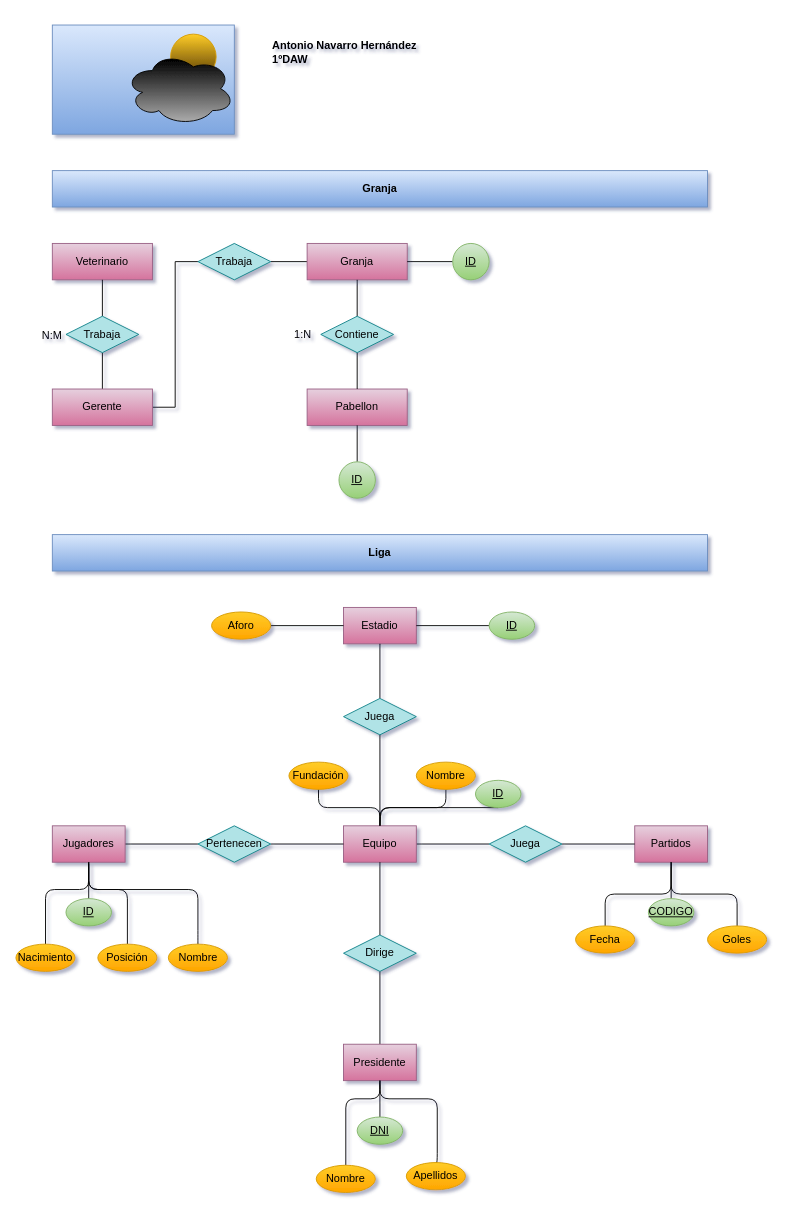
The draw.io diagram BAE/tema1/tareas/tarea1.drawio in toninavhd/1-DAW_pt2, before the edit. Source tidied: cells renumbered, new cells numbered last; positions are measured from the earlier drawing's top-left corner, leaving out a move shared by most shapes. Both pictures are drawn from the tidied source at 91%, with x=0, y=0 at pixel (15, 15).
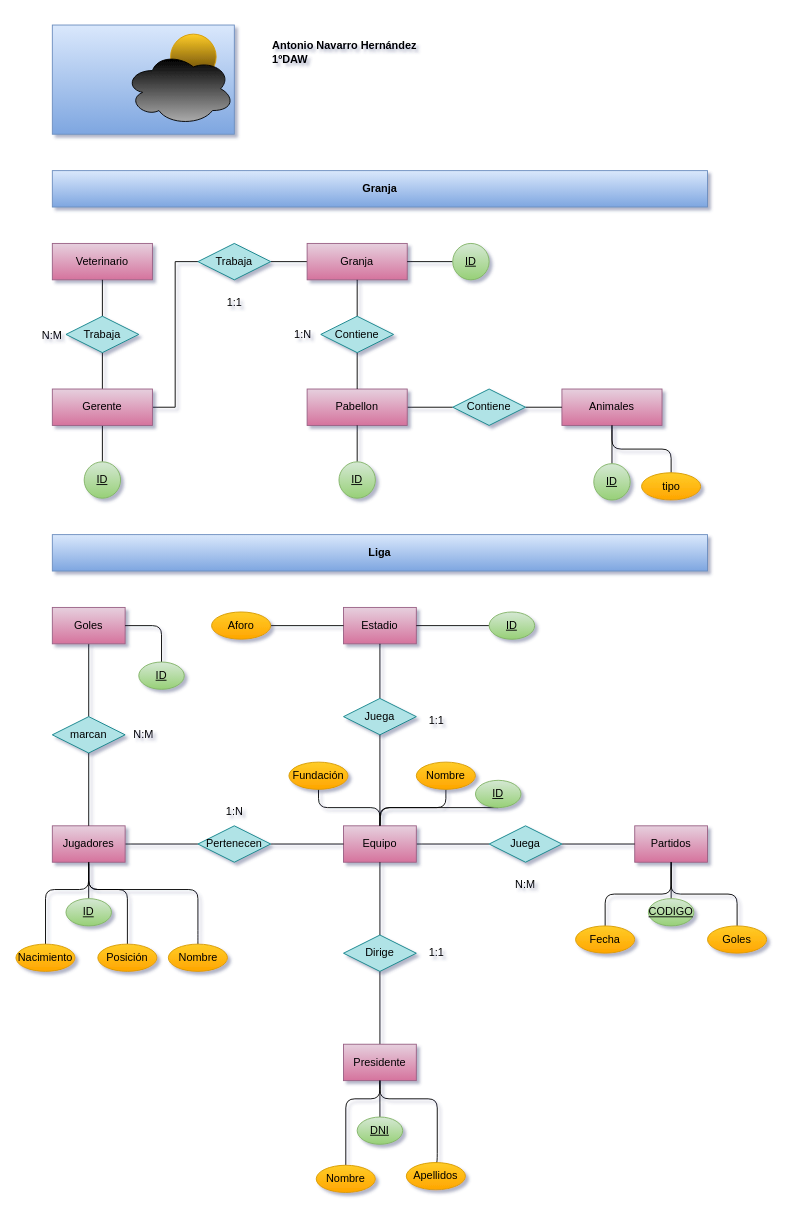
After the change.

The change refers to these unchanged cells:
```xml
<mxCell id="8" value="&lt;div&gt;Gerente&lt;/div&gt;" style="rounded=0;whiteSpace=wrap;html=1;fillColor=#e6d0de;gradientColor=#d5739d;strokeColor=#996185;" parent="1" vertex="1">
  <mxGeometry x="40" y="410" width="110" height="40" as="geometry" />
</mxCell>
<mxCell id="16" value="&lt;div&gt;Pabellon&lt;/div&gt;" style="rounded=0;whiteSpace=wrap;html=1;fillColor=#e6d0de;gradientColor=#d5739d;strokeColor=#996185;" parent="1" vertex="1">
  <mxGeometry x="320" y="410" width="110" height="40" as="geometry" />
</mxCell>
<mxCell id="18" value="Jugadores" style="rounded=0;whiteSpace=wrap;html=1;fillColor=#e6d0de;gradientColor=#d5739d;strokeColor=#996185;" parent="1" vertex="1">
  <mxGeometry x="40" y="890" width="80" height="40" as="geometry" />
</mxCell>
```

What changed in the source:
```diff
@@
+    <mxCell id="74" style="edgeStyle=orthogonalEdgeStyle;rounded=0;jettySize=auto;html=1;exitX=0.5;exitY=1;exitDx=0;exitDy=0;entryX=0.5;entryY=0;entryDx=0;entryDy=0;endArrow=none;endFill=0;" parent="1" edge="1" source="8" target="77">
+      <mxGeometry relative="1" as="geometry" />
+    </mxCell>
@@
+    <mxCell id="75" style="edgeStyle=orthogonalEdgeStyle;rounded=0;jettySize=auto;html=1;exitX=1;exitY=0.5;exitDx=0;exitDy=0;entryX=0;entryY=0.5;entryDx=0;entryDy=0;endArrow=none;endFill=0;" parent="1" edge="1" source="16" target="91">
+      <mxGeometry relative="1" as="geometry" />
+    </mxCell>
@@
+    <mxCell id="76" value="1:1" style="text;html=1;align=center;verticalAlign=middle;strokeColor=none;fillColor=none;" parent="1" vertex="1">
+      <mxGeometry x="220" y="300" width="40" height="30" as="geometry" />
+    </mxCell>
+    <mxCell id="77" value="&lt;u&gt;ID&lt;/u&gt;" style="ellipse;whiteSpace=wrap;html=1;fillColor=#d5e8d4;gradientColor=#97d077;strokeColor=#82b366;" parent="1" vertex="1">
+      <mxGeometry x="75" y="490" width="40" height="40" as="geometry" />
+    </mxCell>
+    <mxCell id="78" value="1:1" style="text;html=1;align=center;verticalAlign=middle;strokeColor=none;fillColor=none;" parent="1" vertex="1">
+      <mxGeometry x="441.5" y="760" width="40" height="30" as="geometry" />
+    </mxCell>
+    <mxCell id="79" value="1:N" style="text;html=1;align=center;verticalAlign=middle;strokeColor=none;fillColor=none;" parent="1" vertex="1">
+      <mxGeometry x="220" y="860" width="40" height="30" as="geometry" />
+    </mxCell>
+    <mxCell id="80" value="N:M" style="text;html=1;align=center;verticalAlign=middle;whiteSpace=wrap;rounded=0;" parent="1" vertex="1">
+      <mxGeometry x="530" y="940" width="60" height="30" as="geometry" />
+    </mxCell>
+    <mxCell id="81" value="1:1" style="text;html=1;align=center;verticalAlign=middle;strokeColor=none;fillColor=none;" parent="1" vertex="1">
+      <mxGeometry x="441.5" y="1015" width="40" height="30" as="geometry" />
+    </mxCell>
+    <mxCell id="82" style="edgeStyle=orthogonalEdgeStyle;rounded=0;jettySize=auto;html=1;exitX=0.5;exitY=1;exitDx=0;exitDy=0;endArrow=none;endFill=0;" parent="1" edge="1" source="83" target="85">
+      <mxGeometry relative="1" as="geometry" />
+    </mxCell>
+    <mxCell id="83" value="Goles" style="rounded=0;whiteSpace=wrap;html=1;fillColor=#e6d0de;gradientColor=#d5739d;strokeColor=#996185;" parent="1" vertex="1">
+      <mxGeometry x="40" y="650" width="80" height="40" as="geometry" />
+    </mxCell>
+    <mxCell id="84" style="edgeStyle=orthogonalEdgeStyle;rounded=0;jettySize=auto;html=1;exitX=0.5;exitY=1;exitDx=0;exitDy=0;endArrow=none;endFill=0;" parent="1" edge="1" source="85" target="18">
+      <mxGeometry relative="1" as="geometry" />
+    </mxCell>
+    <mxCell id="85" value="marcan" style="rhombus;whiteSpace=wrap;html=1;fillColor=#b0e3e6;strokeColor=#0e8088;" parent="1" vertex="1">
+      <mxGeometry x="40" y="770" width="80" height="40" as="geometry" />
+    </mxCell>
+    <mxCell id="86" value="N:M" style="text;html=1;align=center;verticalAlign=middle;strokeColor=none;fillColor=none;" parent="1" vertex="1">
+      <mxGeometry x="115" y="775" width="50" height="30" as="geometry" />
+    </mxCell>
+    <mxCell id="87" style="edgeStyle=orthogonalEdgeStyle;rounded=1;jettySize=auto;html=1;exitX=0.5;exitY=0;exitDx=0;exitDy=0;entryX=1;entryY=0.5;entryDx=0;entryDy=0;endArrow=none;endFill=0;curved=0;" parent="1" edge="1" source="88" target="83">
+      <mxGeometry relative="1" as="geometry" />
+    </mxCell>
+    <mxCell id="88" value="&lt;u&gt;ID&lt;/u&gt;" style="ellipse;whiteSpace=wrap;html=1;fillColor=#d5e8d4;strokeColor=#82b366;gradientColor=#97d077;" parent="1" vertex="1">
+      <mxGeometry x="135" y="710" width="50" height="30" as="geometry" />
+    </mxCell>
+    <mxCell id="89" value="&lt;div&gt;Animales&lt;/div&gt;" style="rounded=0;whiteSpace=wrap;html=1;fillColor=#e6d0de;gradientColor=#d5739d;strokeColor=#996185;" parent="1" vertex="1">
+      <mxGeometry x="600" y="410" width="110" height="40" as="geometry" />
+    </mxCell>
+    <mxCell id="90" style="edgeStyle=orthogonalEdgeStyle;rounded=0;jettySize=auto;html=1;exitX=1;exitY=0.5;exitDx=0;exitDy=0;entryX=0;entryY=0.5;entryDx=0;entryDy=0;endArrow=none;endFill=0;" parent="1" edge="1" source="91" target="89">
+      <mxGeometry relative="1" as="geometry" />
+    </mxCell>
+    <mxCell id="91" value="Contiene" style="rhombus;whiteSpace=wrap;html=1;fillColor=#b0e3e6;strokeColor=#0e8088;" parent="1" vertex="1">
+      <mxGeometry x="480" y="410" width="80" height="40" as="geometry" />
+    </mxCell>
+    <mxCell id="92" style="edgeStyle=orthogonalEdgeStyle;rounded=0;jettySize=auto;html=1;exitX=0.5;exitY=0;exitDx=0;exitDy=0;endArrow=none;endFill=0;" parent="1" edge="1" source="93" target="89">
+      <mxGeometry relative="1" as="geometry" />
+    </mxCell>
+    <mxCell id="93" value="&lt;u&gt;ID&lt;/u&gt;" style="ellipse;whiteSpace=wrap;html=1;fillColor=#d5e8d4;gradientColor=#97d077;strokeColor=#82b366;" parent="1" vertex="1">
+      <mxGeometry x="635" y="492" width="40" height="40" as="geometry" />
+    </mxCell>
+    <mxCell id="94" style="edgeStyle=orthogonalEdgeStyle;rounded=1;jettySize=auto;html=1;exitX=0.5;exitY=0;exitDx=0;exitDy=0;entryX=0.5;entryY=1;entryDx=0;entryDy=0;endArrow=none;endFill=0;curved=0;" parent="1" edge="1" source="95" target="89">
+      <mxGeometry relative="1" as="geometry" />
+    </mxCell>
+    <mxCell id="95" value="tipo" style="ellipse;whiteSpace=wrap;html=1;fillColor=#ffcd28;strokeColor=#d79b00;gradientColor=#ffa500;" parent="1" vertex="1">
+      <mxGeometry x="687.5" y="502" width="65" height="30" as="geometry" />
+    </mxCell>
```
